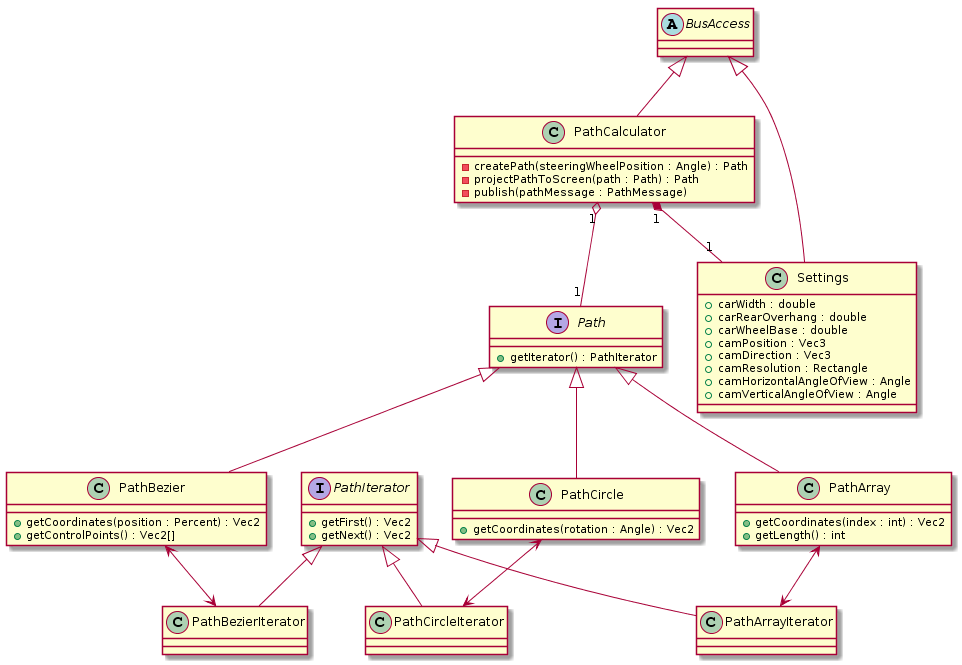
This is Entwurf/diagrams/ParkingSensor/v3/classdiagram_server.png from uzdry/PSE, a PlantUML export, as it was before one commit.
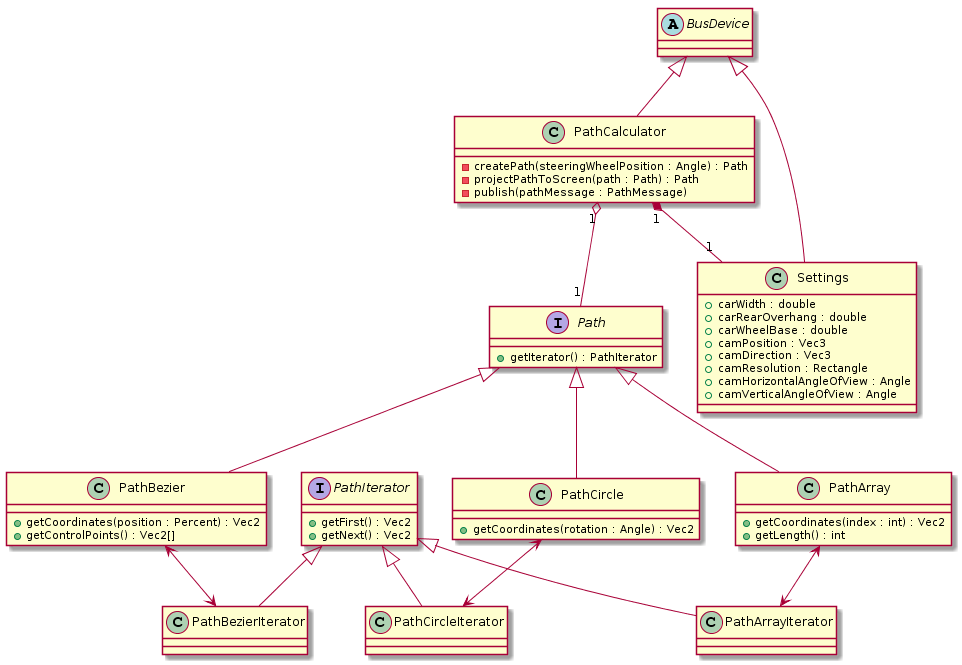
After the change.

Commit message:
Einparkhilfe BusAccess überall durch BusDevice ersetzt.

Diff of the diagram source:
```diff
@@ -7,7 +7,7 @@
 class PathBezierIterator {
 
 }
-abstract class BusAccess {
+abstract class BusDevice {
 
 }
 
@@ -69,7 +69,7 @@
 PathCircle <--> PathCircleIterator
 PathArray <--> PathArrayIterator
 
-BusAccess <|-- PathCalculator
+BusDevice <|-- PathCalculator
 PathCalculator "1" *-- "1" Settings
-BusAccess <|-- Settings
+BusDevice <|-- Settings
 @enduml
```
